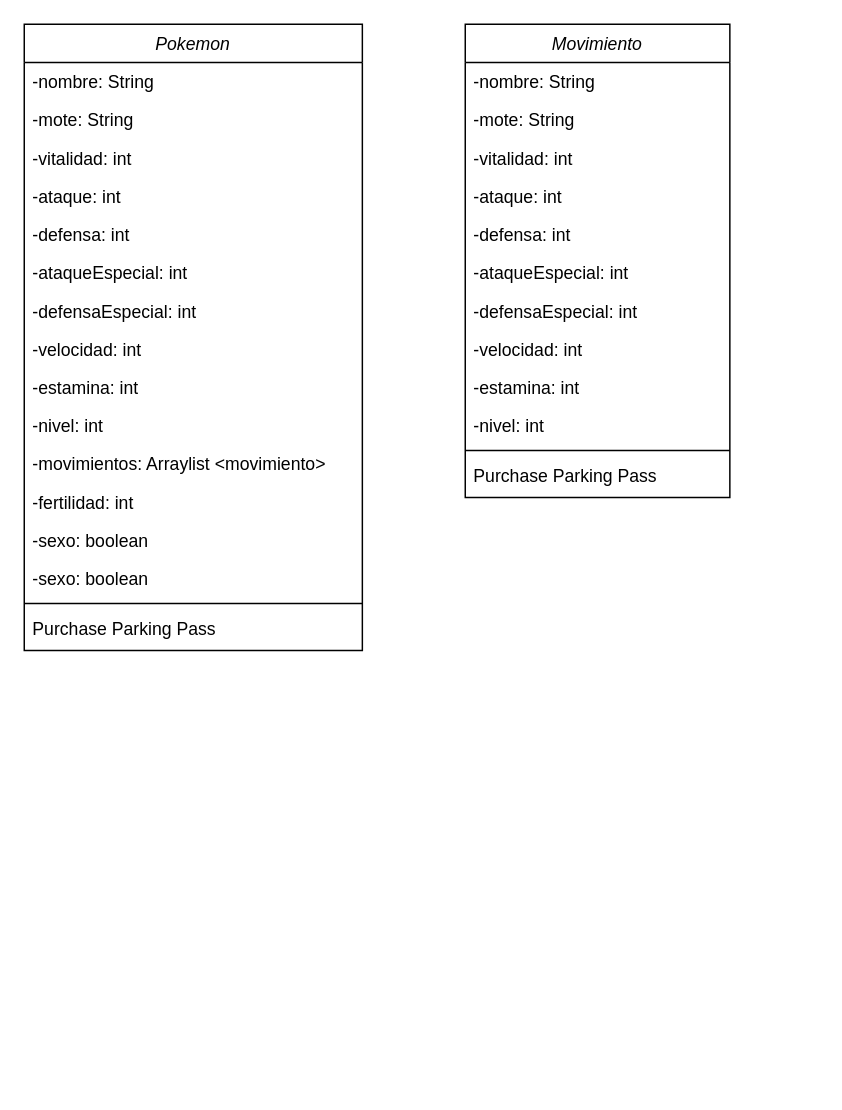
Before: dia/DiagramaClasesPokemon.drawio in GabriLoren/Pokemon, a draw.io diagram. Source tidied: cells renumbered, new cells numbered last; positions are measured from the earlier drawing's top-left corner, leaving out a move shared by most shapes. Both pictures are drawn from the tidied source at 147%, with x=0, y=0 at pixel (24, 24).
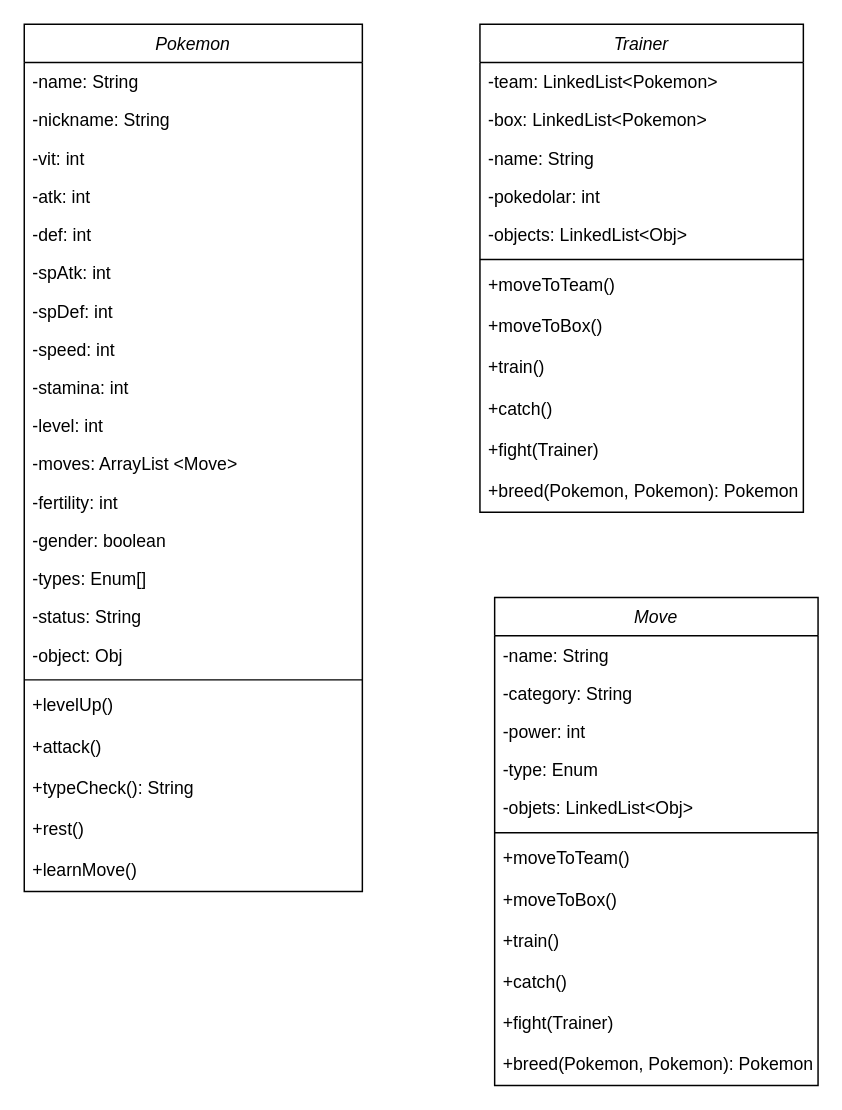
The same page after the edit.

Commit message:
Modificación diagrama de clases

The edit, as a diff of the source:
```diff
@@
     <mxCell id="2" value="Pokemon" style="swimlane;fontStyle=2;align=center;verticalAlign=top;horizontal=1;startSize=26;rounded=0;shadow=0;strokeWidth=1;" parent="1" vertex="1">
-      <mxGeometry width="230" height="426" as="geometry" />
+      <mxGeometry width="230" height="590" as="geometry" />
     </mxCell>
-    <mxCell id="3" value="-nombre: String" style="text;align=left;verticalAlign=top;spacingLeft=4;spacingRight=4;overflow=hidden;" parent="2" vertex="1">
+    <mxCell id="3" value="-name: String" style="text;align=left;verticalAlign=top;spacingLeft=4;spacingRight=4;overflow=hidden;" parent="2" vertex="1">
       <mxGeometry y="26" width="230" height="26" as="geometry" />
     </mxCell>
-    <mxCell id="4" value="-mote: String" style="text;align=left;verticalAlign=top;spacingLeft=4;spacingRight=4;overflow=hidden;rounded=0;shadow=0;html=0;" parent="2" vertex="1">
+    <mxCell id="4" value="-nickname: String" style="text;align=left;verticalAlign=top;spacingLeft=4;spacingRight=4;overflow=hidden;rounded=0;shadow=0;html=0;" parent="2" vertex="1">
       <mxGeometry y="52" width="230" height="26" as="geometry" />
     </mxCell>
-    <mxCell id="5" value="-vitalidad: int" style="text;align=left;verticalAlign=top;spacingLeft=4;spacingRight=4;overflow=hidden;rounded=0;shadow=0;html=0;" parent="2" vertex="1">
+    <mxCell id="5" value="-vit: int" style="text;align=left;verticalAlign=top;spacingLeft=4;spacingRight=4;overflow=hidden;rounded=0;shadow=0;html=0;" parent="2" vertex="1">
       <mxGeometry y="78" width="230" height="26" as="geometry" />
     </mxCell>
-    <mxCell id="6" value="-ataque: int " style="text;align=left;verticalAlign=top;spacingLeft=4;spacingRight=4;overflow=hidden;rounded=0;shadow=0;html=0;" parent="2" vertex="1">
+    <mxCell id="6" value="-atk: int " style="text;align=left;verticalAlign=top;spacingLeft=4;spacingRight=4;overflow=hidden;rounded=0;shadow=0;html=0;" parent="2" vertex="1">
       <mxGeometry y="104" width="230" height="26" as="geometry" />
     </mxCell>
-    <mxCell id="7" value="-defensa: int" style="text;align=left;verticalAlign=top;spacingLeft=4;spacingRight=4;overflow=hidden;rounded=0;shadow=0;html=0;" parent="2" vertex="1">
+    <mxCell id="7" value="-def: int" style="text;align=left;verticalAlign=top;spacingLeft=4;spacingRight=4;overflow=hidden;rounded=0;shadow=0;html=0;" parent="2" vertex="1">
       <mxGeometry y="130" width="230" height="26" as="geometry" />
     </mxCell>
-    <mxCell id="8" value="-ataqueEspecial: int" style="text;align=left;verticalAlign=top;spacingLeft=4;spacingRight=4;overflow=hidden;rounded=0;shadow=0;html=0;" parent="2" vertex="1">
+    <mxCell id="8" value="-spAtk: int" style="text;align=left;verticalAlign=top;spacingLeft=4;spacingRight=4;overflow=hidden;rounded=0;shadow=0;html=0;" parent="2" vertex="1">
       <mxGeometry y="156" width="230" height="26" as="geometry" />
     </mxCell>
-    <mxCell id="9" value="-defensaEspecial: int" style="text;align=left;verticalAlign=top;spacingLeft=4;spacingRight=4;overflow=hidden;rounded=0;shadow=0;html=0;" parent="2" vertex="1">
+    <mxCell id="9" value="-spDef: int" style="text;align=left;verticalAlign=top;spacingLeft=4;spacingRight=4;overflow=hidden;rounded=0;shadow=0;html=0;" parent="2" vertex="1">
       <mxGeometry y="182" width="230" height="26" as="geometry" />
     </mxCell>
-    <mxCell id="10" value="-velocidad: int" style="text;align=left;verticalAlign=top;spacingLeft=4;spacingRight=4;overflow=hidden;rounded=0;shadow=0;html=0;" parent="2" vertex="1">
+    <mxCell id="10" value="-speed: int" style="text;align=left;verticalAlign=top;spacingLeft=4;spacingRight=4;overflow=hidden;rounded=0;shadow=0;html=0;" parent="2" vertex="1">
       <mxGeometry y="208" width="230" height="26" as="geometry" />
     </mxCell>
-    <mxCell id="11" value="-estamina: int" style="text;align=left;verticalAlign=top;spacingLeft=4;spacingRight=4;overflow=hidden;rounded=0;shadow=0;html=0;" parent="2" vertex="1">
+    <mxCell id="11" value="-stamina: int" style="text;align=left;verticalAlign=top;spacingLeft=4;spacingRight=4;overflow=hidden;rounded=0;shadow=0;html=0;" parent="2" vertex="1">
       <mxGeometry y="234" width="230" height="26" as="geometry" />
     </mxCell>
-    <mxCell id="12" value="-nivel: int" style="text;align=left;verticalAlign=top;spacingLeft=4;spacingRight=4;overflow=hidden;rounded=0;shadow=0;html=0;" parent="2" vertex="1">
+    <mxCell id="12" value="-level: int" style="text;align=left;verticalAlign=top;spacingLeft=4;spacingRight=4;overflow=hidden;rounded=0;shadow=0;html=0;" parent="2" vertex="1">
       <mxGeometry y="260" width="230" height="26" as="geometry" />
     </mxCell>
-    <mxCell id="13" value="-movimientos: Arraylist &lt;movimiento&gt;" style="text;align=left;verticalAlign=top;spacingLeft=4;spacingRight=4;overflow=hidden;rounded=0;shadow=0;html=0;" parent="2" vertex="1">
+    <mxCell id="13" value="-moves: ArrayList &lt;Move&gt;" style="text;align=left;verticalAlign=top;spacingLeft=4;spacingRight=4;overflow=hidden;rounded=0;shadow=0;html=0;" parent="2" vertex="1">
       <mxGeometry y="286" width="230" height="26" as="geometry" />
     </mxCell>
-    <mxCell id="14" value="-fertilidad: int" style="text;align=left;verticalAlign=top;spacingLeft=4;spacingRight=4;overflow=hidden;rounded=0;shadow=0;html=0;" parent="2" vertex="1">
+    <mxCell id="14" value="-fertility: int" style="text;align=left;verticalAlign=top;spacingLeft=4;spacingRight=4;overflow=hidden;rounded=0;shadow=0;html=0;" parent="2" vertex="1">
       <mxGeometry y="312" width="230" height="26" as="geometry" />
     </mxCell>
-    <mxCell id="15" value="-sexo: boolean" style="text;align=left;verticalAlign=top;spacingLeft=4;spacingRight=4;overflow=hidden;rounded=0;shadow=0;html=0;" parent="2" vertex="1">
+    <mxCell id="15" value="-gender: boolean" style="text;align=left;verticalAlign=top;spacingLeft=4;spacingRight=4;overflow=hidden;rounded=0;shadow=0;html=0;" parent="2" vertex="1">
       <mxGeometry y="338" width="230" height="26" as="geometry" />
     </mxCell>
-    <mxCell id="16" value="-sexo: boolean" style="text;align=left;verticalAlign=top;spacingLeft=4;spacingRight=4;overflow=hidden;rounded=0;shadow=0;html=0;" parent="2" vertex="1">
+    <mxCell id="16" value="-types: Enum[] " style="text;align=left;verticalAlign=top;spacingLeft=4;spacingRight=4;overflow=hidden;rounded=0;shadow=0;html=0;" parent="2" vertex="1">
       <mxGeometry y="364" width="230" height="26" as="geometry" />
     </mxCell>
+    <mxCell id="32" value="-status: String" style="text;align=left;verticalAlign=top;spacingLeft=4;spacingRight=4;overflow=hidden;rounded=0;shadow=0;html=0;" parent="2" vertex="1">
+      <mxGeometry y="390" width="230" height="26" as="geometry" />
+    </mxCell>
+    <mxCell id="33" value="-object: Obj" style="text;align=left;verticalAlign=top;spacingLeft=4;spacingRight=4;overflow=hidden;rounded=0;shadow=0;html=0;" parent="2" vertex="1">
+      <mxGeometry y="416" width="230" height="26" as="geometry" />
+    </mxCell>
     <mxCell id="17" style="line;html=1;strokeWidth=1;align=left;verticalAlign=middle;spacingTop=-1;spacingLeft=3;spacingRight=3;labelPosition=right;" parent="2" vertex="1">
-      <mxGeometry y="390" width="230" height="8" as="geometry" />
+      <mxGeometry y="442" width="230" height="8" as="geometry" />
     </mxCell>
-    <mxCell id="18" value="Purchase Parking Pass" style="text;align=left;verticalAlign=top;spacingLeft=4;spacingRight=4;overflow=hidden;" parent="2" vertex="1">
-      <mxGeometry y="398" width="230" height="28" as="geometry" />
+    <mxCell id="18" value="+levelUp()" style="text;align=left;verticalAlign=top;spacingLeft=4;spacingRight=4;overflow=hidden;" parent="2" vertex="1">
+      <mxGeometry y="450" width="230" height="28" as="geometry" />
     </mxCell>
+    <mxCell id="34" value="+attack()" style="text;align=left;verticalAlign=top;spacingLeft=4;spacingRight=4;overflow=hidden;" parent="2" vertex="1">
+      <mxGeometry y="478" width="230" height="28" as="geometry" />
+    </mxCell>
+    <mxCell id="35" value="+typeCheck(): String" style="text;align=left;verticalAlign=top;spacingLeft=4;spacingRight=4;overflow=hidden;" parent="2" vertex="1">
+      <mxGeometry y="506" width="230" height="28" as="geometry" />
+    </mxCell>
+    <mxCell id="36" value="+rest()" style="text;align=left;verticalAlign=top;spacingLeft=4;spacingRight=4;overflow=hidden;" parent="2" vertex="1">
+      <mxGeometry y="534" width="230" height="28" as="geometry" />
+    </mxCell>
+    <mxCell id="37" value="+learnMove()" style="text;align=left;verticalAlign=top;spacingLeft=4;spacingRight=4;overflow=hidden;" parent="2" vertex="1">
+      <mxGeometry y="562" width="230" height="28" as="geometry" />
+    </mxCell>
-    <mxCell id="19" value="Movimiento" style="swimlane;fontStyle=2;align=center;verticalAlign=top;horizontal=1;startSize=26;rounded=0;shadow=0;strokeWidth=1;" parent="1" vertex="1">
-      <mxGeometry x="300" width="180" height="322" as="geometry" />
+    <mxCell id="19" value="Trainer" style="swimlane;fontStyle=2;align=center;verticalAlign=top;horizontal=1;startSize=26;rounded=0;shadow=0;strokeWidth=1;" parent="1" vertex="1">
+      <mxGeometry x="310" width="220" height="332" as="geometry" />
     </mxCell>
-    <mxCell id="20" value="-nombre: String" style="text;align=left;verticalAlign=top;spacingLeft=4;spacingRight=4;overflow=hidden;" parent="19" vertex="1">
-      <mxGeometry y="26" width="180" height="26" as="geometry" />
+    <mxCell id="20" value="-team: LinkedList&lt;Pokemon&gt;" style="text;align=left;verticalAlign=top;spacingLeft=4;spacingRight=4;overflow=hidden;" parent="19" vertex="1">
+      <mxGeometry y="26" width="220" height="26" as="geometry" />
     </mxCell>
-    <mxCell id="21" value="-mote: String" style="text;align=left;verticalAlign=top;spacingLeft=4;spacingRight=4;overflow=hidden;rounded=0;shadow=0;html=0;" parent="19" vertex="1">
-      <mxGeometry y="52" width="180" height="26" as="geometry" />
+    <mxCell id="21" value="-box: LinkedList&lt;Pokemon&gt;" style="text;align=left;verticalAlign=top;spacingLeft=4;spacingRight=4;overflow=hidden;rounded=0;shadow=0;html=0;" parent="19" vertex="1">
+      <mxGeometry y="52" width="220" height="26" as="geometry" />
     </mxCell>
-    <mxCell id="22" value="-vitalidad: int" style="text;align=left;verticalAlign=top;spacingLeft=4;spacingRight=4;overflow=hidden;rounded=0;shadow=0;html=0;" parent="19" vertex="1">
-      <mxGeometry y="78" width="180" height="26" as="geometry" />
+    <mxCell id="22" value="-name: String" style="text;align=left;verticalAlign=top;spacingLeft=4;spacingRight=4;overflow=hidden;rounded=0;shadow=0;html=0;" parent="19" vertex="1">
+      <mxGeometry y="78" width="220" height="26" as="geometry" />
     </mxCell>
-    <mxCell id="23" value="-ataque: int " style="text;align=left;verticalAlign=top;spacingLeft=4;spacingRight=4;overflow=hidden;rounded=0;shadow=0;html=0;" parent="19" vertex="1">
-      <mxGeometry y="104" width="180" height="26" as="geometry" />
+    <mxCell id="23" value="-pokedolar: int " style="text;align=left;verticalAlign=top;spacingLeft=4;spacingRight=4;overflow=hidden;rounded=0;shadow=0;html=0;" parent="19" vertex="1">
+      <mxGeometry y="104" width="220" height="26" as="geometry" />
     </mxCell>
-    <mxCell id="24" value="-defensa: int" style="text;align=left;verticalAlign=top;spacingLeft=4;spacingRight=4;overflow=hidden;rounded=0;shadow=0;html=0;" parent="19" vertex="1">
-      <mxGeometry y="130" width="180" height="26" as="geometry" />
+    <mxCell id="24" value="-objects: LinkedList&lt;Obj&gt;" style="text;align=left;verticalAlign=top;spacingLeft=4;spacingRight=4;overflow=hidden;rounded=0;shadow=0;html=0;" parent="19" vertex="1">
+      <mxGeometry y="130" width="220" height="26" as="geometry" />
     </mxCell>
-    <mxCell id="25" value="-ataqueEspecial: int" style="text;align=left;verticalAlign=top;spacingLeft=4;spacingRight=4;overflow=hidden;rounded=0;shadow=0;html=0;" parent="19" vertex="1">
-      <mxGeometry y="156" width="180" height="26" as="geometry" />
-    </mxCell>
-    <mxCell id="26" value="-defensaEspecial: int" style="text;align=left;verticalAlign=top;spacingLeft=4;spacingRight=4;overflow=hidden;rounded=0;shadow=0;html=0;" parent="19" vertex="1">
-      <mxGeometry y="182" width="180" height="26" as="geometry" />
-    </mxCell>
-    <mxCell id="27" value="-velocidad: int" style="text;align=left;verticalAlign=top;spacingLeft=4;spacingRight=4;overflow=hidden;rounded=0;shadow=0;html=0;" parent="19" vertex="1">
-      <mxGeometry y="208" width="180" height="26" as="geometry" />
-    </mxCell>
-    <mxCell id="28" value="-estamina: int" style="text;align=left;verticalAlign=top;spacingLeft=4;spacingRight=4;overflow=hidden;rounded=0;shadow=0;html=0;" parent="19" vertex="1">
-      <mxGeometry y="234" width="180" height="26" as="geometry" />
-    </mxCell>
-    <mxCell id="29" value="-nivel: int" style="text;align=left;verticalAlign=top;spacingLeft=4;spacingRight=4;overflow=hidden;rounded=0;shadow=0;html=0;" parent="19" vertex="1">
-      <mxGeometry y="260" width="180" height="26" as="geometry" />
-    </mxCell>
     <mxCell id="30" style="line;html=1;strokeWidth=1;align=left;verticalAlign=middle;spacingTop=-1;spacingLeft=3;spacingRight=3;labelPosition=right;" parent="19" vertex="1">
-      <mxGeometry y="286" width="180" height="8" as="geometry" />
+      <mxGeometry y="156" width="220" height="8" as="geometry" />
     </mxCell>
-    <mxCell id="31" value="Purchase Parking Pass" style="text;align=left;verticalAlign=top;spacingLeft=4;spacingRight=4;overflow=hidden;" parent="19" vertex="1">
-      <mxGeometry y="294" width="180" height="28" as="geometry" />
+    <mxCell id="31" value="+moveToTeam()" style="text;align=left;verticalAlign=top;spacingLeft=4;spacingRight=4;overflow=hidden;" parent="19" vertex="1">
+      <mxGeometry y="164" width="220" height="28" as="geometry" />
     </mxCell>
+    <mxCell id="38" value="+moveToBox()" style="text;align=left;verticalAlign=top;spacingLeft=4;spacingRight=4;overflow=hidden;" parent="19" vertex="1">
+      <mxGeometry y="192" width="220" height="28" as="geometry" />
+    </mxCell>
+    <mxCell id="39" value="+train()" style="text;align=left;verticalAlign=top;spacingLeft=4;spacingRight=4;overflow=hidden;" parent="19" vertex="1">
+      <mxGeometry y="220" width="220" height="28" as="geometry" />
+    </mxCell>
+    <mxCell id="40" value="+catch()" style="text;align=left;verticalAlign=top;spacingLeft=4;spacingRight=4;overflow=hidden;" parent="19" vertex="1">
+      <mxGeometry y="248" width="220" height="28" as="geometry" />
+    </mxCell>
+    <mxCell id="41" value="+fight(Trainer)" style="text;align=left;verticalAlign=top;spacingLeft=4;spacingRight=4;overflow=hidden;" parent="19" vertex="1">
+      <mxGeometry y="276" width="220" height="28" as="geometry" />
+    </mxCell>
+    <mxCell id="42" value="+breed(Pokemon, Pokemon): Pokemon" style="text;align=left;verticalAlign=top;spacingLeft=4;spacingRight=4;overflow=hidden;" parent="19" vertex="1">
+      <mxGeometry y="304" width="220" height="28" as="geometry" />
+    </mxCell>
+    <mxCell id="43" value="Move" style="swimlane;fontStyle=2;align=center;verticalAlign=top;horizontal=1;startSize=26;rounded=0;shadow=0;strokeWidth=1;" parent="1" vertex="1">
+      <mxGeometry x="320" y="390" width="220" height="332" as="geometry" />
+    </mxCell>
+    <mxCell id="44" value="-name: String" style="text;align=left;verticalAlign=top;spacingLeft=4;spacingRight=4;overflow=hidden;rounded=0;shadow=0;html=0;" parent="43" vertex="1">
+      <mxGeometry y="26" width="220" height="26" as="geometry" />
+    </mxCell>
+    <mxCell id="45" value="-category: String " style="text;align=left;verticalAlign=top;spacingLeft=4;spacingRight=4;overflow=hidden;" parent="43" vertex="1">
+      <mxGeometry y="52" width="220" height="26" as="geometry" />
+    </mxCell>
+    <mxCell id="46" value="-power: int " style="text;align=left;verticalAlign=top;spacingLeft=4;spacingRight=4;overflow=hidden;rounded=0;shadow=0;html=0;" parent="43" vertex="1">
+      <mxGeometry y="78" width="220" height="26" as="geometry" />
+    </mxCell>
+    <mxCell id="47" value="-type: Enum" style="text;align=left;verticalAlign=top;spacingLeft=4;spacingRight=4;overflow=hidden;rounded=0;shadow=0;html=0;" parent="43" vertex="1">
+      <mxGeometry y="104" width="220" height="26" as="geometry" />
+    </mxCell>
+    <mxCell id="48" value="-objets: LinkedList&lt;Obj&gt;" style="text;align=left;verticalAlign=top;spacingLeft=4;spacingRight=4;overflow=hidden;rounded=0;shadow=0;html=0;" parent="43" vertex="1">
+      <mxGeometry y="130" width="220" height="26" as="geometry" />
+    </mxCell>
+    <mxCell id="49" style="line;html=1;strokeWidth=1;align=left;verticalAlign=middle;spacingTop=-1;spacingLeft=3;spacingRight=3;labelPosition=right;" parent="43" vertex="1">
+      <mxGeometry y="156" width="220" height="8" as="geometry" />
+    </mxCell>
+    <mxCell id="50" value="+moveToTeam()" style="text;align=left;verticalAlign=top;spacingLeft=4;spacingRight=4;overflow=hidden;" parent="43" vertex="1">
+      <mxGeometry y="164" width="220" height="28" as="geometry" />
+    </mxCell>
+    <mxCell id="51" value="+moveToBox()" style="text;align=left;verticalAlign=top;spacingLeft=4;spacingRight=4;overflow=hidden;" parent="43" vertex="1">
+      <mxGeometry y="192" width="220" height="28" as="geometry" />
+    </mxCell>
+    <mxCell id="52" value="+train()" style="text;align=left;verticalAlign=top;spacingLeft=4;spacingRight=4;overflow=hidden;" parent="43" vertex="1">
+      <mxGeometry y="220" width="220" height="28" as="geometry" />
+    </mxCell>
+    <mxCell id="53" value="+catch()" style="text;align=left;verticalAlign=top;spacingLeft=4;spacingRight=4;overflow=hidden;" parent="43" vertex="1">
+      <mxGeometry y="248" width="220" height="28" as="geometry" />
+    </mxCell>
+    <mxCell id="54" value="+fight(Trainer)" style="text;align=left;verticalAlign=top;spacingLeft=4;spacingRight=4;overflow=hidden;" parent="43" vertex="1">
+      <mxGeometry y="276" width="220" height="28" as="geometry" />
+    </mxCell>
+    <mxCell id="55" value="+breed(Pokemon, Pokemon): Pokemon" style="text;align=left;verticalAlign=top;spacingLeft=4;spacingRight=4;overflow=hidden;" parent="43" vertex="1">
+      <mxGeometry y="304" width="220" height="28" as="geometry" />
+    </mxCell>
```
